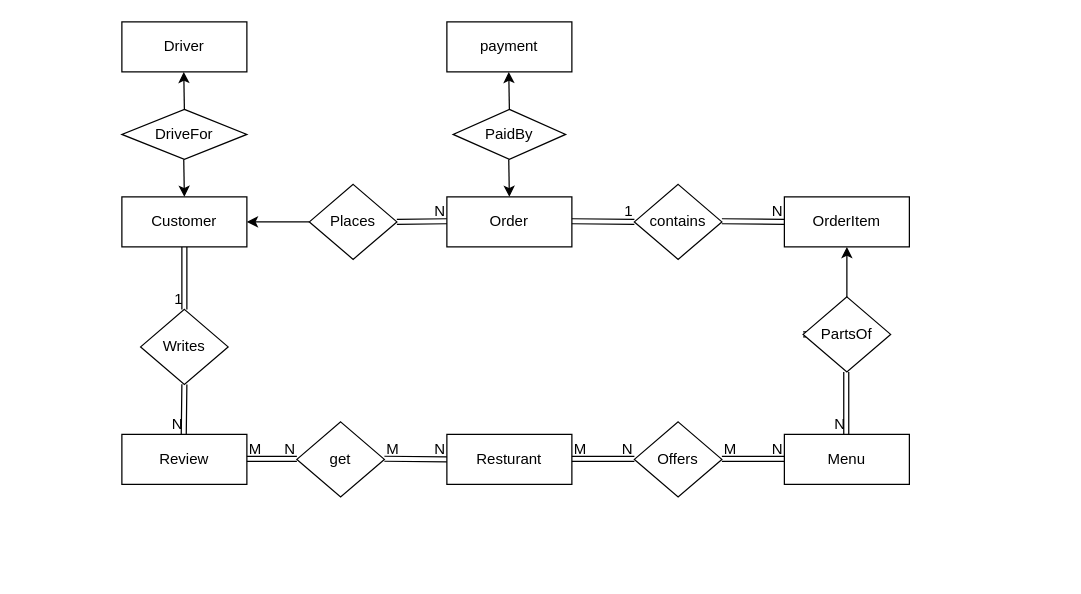
The draw.io diagram Untitled Diagram.drawio in EchoXie1119/new-learner, before the edit. Source tidied: cells renumbered, new cells numbered last; positions are measured from the earlier drawing's top-left corner, leaving out a move shared by most shapes. Both pictures are drawn from the tidied source at 125%, with x=0, y=0 at pixel (121, 21).
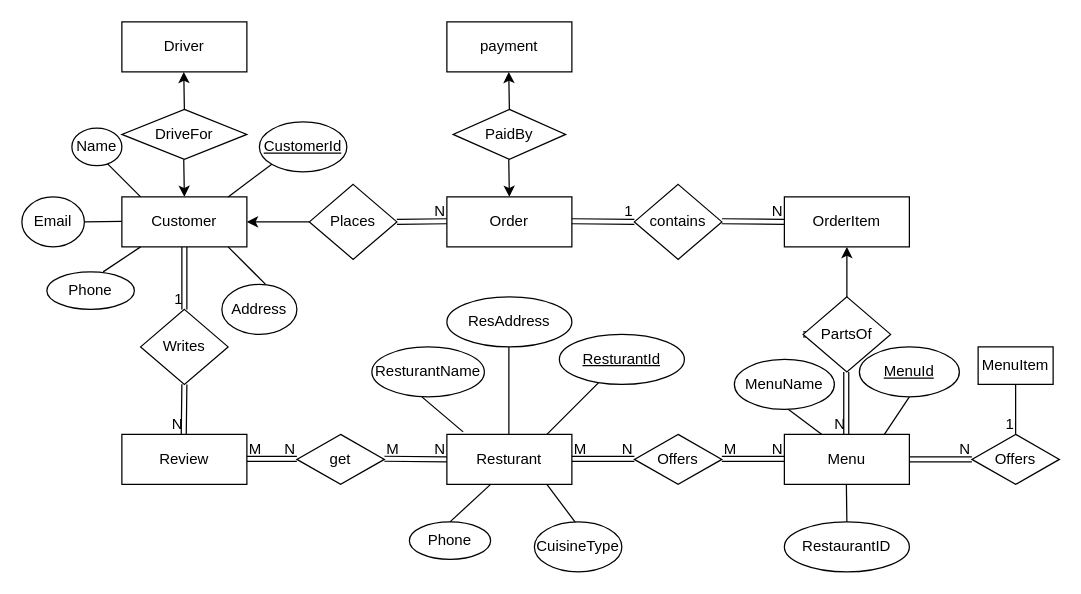
The same diagram, later.

The change refers to these unchanged cells:
```xml
<mxCell id="20" value="Resturant" style="whiteSpace=wrap;html=1;align=center;" parent="1" vertex="1">
  <mxGeometry x="260" y="330" width="100" height="40" as="geometry" />
</mxCell>
```

Diff of the diagram source:
```diff
@@
     <mxCell id="21" value="Offers" style="shape=rhombus;perimeter=rhombusPerimeter;whiteSpace=wrap;html=1;align=center;" parent="1" vertex="1">
-      <mxGeometry x="410" y="320" width="70" height="60" as="geometry" />
+      <mxGeometry x="410" y="330" width="70" height="40" as="geometry" />
     </mxCell>
@@
     <mxCell id="30" value="get" style="shape=rhombus;perimeter=rhombusPerimeter;whiteSpace=wrap;html=1;align=center;" parent="1" vertex="1">
-      <mxGeometry x="140" y="320" width="70" height="60" as="geometry" />
+      <mxGeometry x="140" y="330" width="70" height="40" as="geometry" />
     </mxCell>
@@
+    <mxCell id="49" style="endArrow=none;html=1;rounded=0;" parent="1" edge="1">
+      <mxGeometry relative="1" as="geometry">
+        <mxPoint x="85" y="140" as="sourcePoint" />
+        <mxPoint x="125" y="110" as="targetPoint" />
+      </mxGeometry>
+    </mxCell>
+    <mxCell id="50" value="&lt;u&gt;CustomerId&lt;/u&gt;" style="ellipse;whiteSpace=wrap;html=1;align=center;" parent="1" vertex="1">
+      <mxGeometry x="110" y="80" width="70" height="40" as="geometry" />
+    </mxCell>
+    <mxCell id="51" style="endArrow=none;html=1;rounded=0;" parent="1" edge="1">
+      <mxGeometry relative="1" as="geometry">
+        <mxPoint x="15" y="140" as="sourcePoint" />
+        <mxPoint x="-15" y="110" as="targetPoint" />
+      </mxGeometry>
+    </mxCell>
+    <mxCell id="52" value="Name" style="ellipse;whiteSpace=wrap;html=1;align=center;" parent="1" vertex="1">
+      <mxGeometry x="-40" y="85" width="40" height="30" as="geometry" />
+    </mxCell>
+    <mxCell id="53" style="endArrow=none;html=1;rounded=0;" parent="1" edge="1">
+      <mxGeometry relative="1" as="geometry">
+        <mxPoint x="-15" y="200" as="sourcePoint" />
+        <mxPoint x="15" y="180" as="targetPoint" />
+      </mxGeometry>
+    </mxCell>
+    <mxCell id="54" value="Phone" style="ellipse;whiteSpace=wrap;html=1;align=center;" parent="1" vertex="1">
+      <mxGeometry x="-60" y="200" width="70" height="30" as="geometry" />
+    </mxCell>
+    <mxCell id="55" style="endArrow=none;html=1;rounded=0;" parent="1" edge="1">
+      <mxGeometry relative="1" as="geometry">
+        <mxPoint x="85" y="180" as="sourcePoint" />
+        <mxPoint x="115" y="210" as="targetPoint" />
+      </mxGeometry>
+    </mxCell>
+    <mxCell id="56" value="Address" style="ellipse;whiteSpace=wrap;html=1;align=center;" parent="1" vertex="1">
+      <mxGeometry x="80" y="210" width="60" height="40" as="geometry" />
+    </mxCell>
+    <mxCell id="57" style="endArrow=none;html=1;rounded=0;" parent="1" edge="1" source="59">
+      <mxGeometry relative="1" as="geometry">
+        <mxPoint y="159.6" as="targetPoint" />
+      </mxGeometry>
+    </mxCell>
+    <mxCell id="58" style="endArrow=none;html=1;rounded=0;" parent="1" edge="1" target="59">
+      <mxGeometry relative="1" as="geometry">
+        <mxPoint x="-40" y="159.6" as="sourcePoint" />
+      </mxGeometry>
+    </mxCell>
+    <mxCell id="59" value="Email" style="ellipse;whiteSpace=wrap;html=1;align=center;" parent="1" vertex="1">
+      <mxGeometry x="-80" y="140" width="50" height="40" as="geometry" />
+    </mxCell>
+    <mxCell id="60" style="endArrow=none;html=1;rounded=0;" parent="1" edge="1" target="61">
+      <mxGeometry relative="1" as="geometry">
+        <mxPoint x="340" y="330" as="sourcePoint" />
+      </mxGeometry>
+    </mxCell>
+    <mxCell id="61" value="&lt;u&gt;ResturantId&lt;/u&gt;" style="ellipse;whiteSpace=wrap;html=1;align=center;" parent="1" vertex="1">
+      <mxGeometry x="350" y="250" width="100" height="40" as="geometry" />
+    </mxCell>
+    <mxCell id="62" style="endArrow=none;html=1;rounded=0;exitX=0.13;exitY=-0.05;exitDx=0;exitDy=0;exitPerimeter=0;" parent="1" edge="1" source="20">
+      <mxGeometry relative="1" as="geometry">
+        <mxPoint x="240" y="300" as="targetPoint" />
+      </mxGeometry>
+    </mxCell>
+    <mxCell id="63" value="ResturantName" style="ellipse;whiteSpace=wrap;html=1;align=center;" parent="1" vertex="1">
+      <mxGeometry x="200" y="260" width="90" height="40" as="geometry" />
+    </mxCell>
+    <mxCell id="64" style="endArrow=none;html=1;rounded=0;" parent="1" edge="1">
+      <mxGeometry relative="1" as="geometry">
+        <mxPoint x="309.6" y="330" as="sourcePoint" />
+        <mxPoint x="309.6" y="260" as="targetPoint" />
+      </mxGeometry>
+    </mxCell>
+    <mxCell id="65" value="ResAddress" style="ellipse;whiteSpace=wrap;html=1;align=center;" parent="1" vertex="1">
+      <mxGeometry x="260" y="220" width="100" height="40" as="geometry" />
+    </mxCell>
+    <mxCell id="66" style="endArrow=none;html=1;rounded=0;" parent="1" edge="1" target="67">
+      <mxGeometry relative="1" as="geometry">
+        <mxPoint x="270" y="410" as="sourcePoint" />
+      </mxGeometry>
+    </mxCell>
+    <mxCell id="67" value="Phone" style="ellipse;whiteSpace=wrap;html=1;align=center;" parent="1" vertex="1">
+      <mxGeometry x="230" y="400" width="65" height="30" as="geometry" />
+    </mxCell>
+    <mxCell id="68" style="endArrow=none;html=1;rounded=0;exitX=0.5;exitY=0;exitDx=0;exitDy=0;" parent="1" edge="1" source="67">
+      <mxGeometry relative="1" as="geometry">
+        <mxPoint x="295" y="370" as="targetPoint" />
+      </mxGeometry>
+    </mxCell>
+    <mxCell id="69" style="endArrow=none;html=1;rounded=0;" parent="1" edge="1">
+      <mxGeometry relative="1" as="geometry">
+        <mxPoint x="370" y="410" as="sourcePoint" />
+        <mxPoint x="340" y="370" as="targetPoint" />
+      </mxGeometry>
+    </mxCell>
+    <mxCell id="70" value="CuisineType" style="ellipse;whiteSpace=wrap;html=1;align=center;" parent="1" vertex="1">
+      <mxGeometry x="330" y="400" width="70" height="40" as="geometry" />
+    </mxCell>
+    <mxCell id="71" style="endArrow=none;html=1;rounded=0;" parent="1" edge="1">
+      <mxGeometry relative="1" as="geometry">
+        <mxPoint x="610" y="330" as="sourcePoint" />
+        <mxPoint x="630" y="300" as="targetPoint" />
+      </mxGeometry>
+    </mxCell>
+    <mxCell id="72" value="&lt;u&gt;MenuId&lt;/u&gt;" style="ellipse;whiteSpace=wrap;html=1;align=center;" parent="1" vertex="1">
+      <mxGeometry x="590" y="260" width="80" height="40" as="geometry" />
+    </mxCell>
+    <mxCell id="73" style="endArrow=none;html=1;rounded=0;" parent="1" edge="1">
+      <mxGeometry relative="1" as="geometry">
+        <mxPoint x="560" y="330" as="sourcePoint" />
+        <mxPoint x="520" y="300" as="targetPoint" />
+      </mxGeometry>
+    </mxCell>
+    <mxCell id="74" value="MenuName" style="ellipse;whiteSpace=wrap;html=1;align=center;" parent="1" vertex="1">
+      <mxGeometry x="490" y="270" width="80" height="40" as="geometry" />
+    </mxCell>
+    <mxCell id="75" style="endArrow=none;html=1;rounded=0;" parent="1" edge="1">
+      <mxGeometry relative="1" as="geometry">
+        <mxPoint x="580" y="400" as="sourcePoint" />
+        <mxPoint x="579.6" y="370" as="targetPoint" />
+      </mxGeometry>
+    </mxCell>
+    <mxCell id="76" value="RestaurantID" style="ellipse;whiteSpace=wrap;html=1;align=center;" parent="1" vertex="1">
+      <mxGeometry x="530" y="400" width="100" height="40" as="geometry" />
+    </mxCell>
+    <mxCell id="77" style="edgeStyle=orthogonalEdgeStyle;rounded=0;orthogonalLoop=1;jettySize=auto;html=1;exitX=0.5;exitY=1;exitDx=0;exitDy=0;" parent="1" edge="1">
+      <mxGeometry relative="1" as="geometry">
+        <mxPoint x="695" y="380" as="sourcePoint" />
+        <mxPoint x="695" y="380" as="targetPoint" />
+      </mxGeometry>
+    </mxCell>
+    <mxCell id="78" value="Offers" style="shape=rhombus;perimeter=rhombusPerimeter;whiteSpace=wrap;html=1;align=center;" parent="1" vertex="1">
+      <mxGeometry x="680" y="330" width="70" height="40" as="geometry" />
+    </mxCell>
+    <mxCell id="79" style="shape=link;html=1;rounded=0;" parent="1" edge="1">
+      <mxGeometry relative="1" as="geometry">
+        <mxPoint x="630" y="350" as="sourcePoint" />
+        <mxPoint x="680" y="349.7" as="targetPoint" />
+        <Array as="points">
+          <mxPoint x="680" y="350" />
+        </Array>
+      </mxGeometry>
+    </mxCell>
+    <mxCell id="80" value="N" style="html=1;whiteSpace=wrap;align=right;verticalAlign=bottom;" parent="79" vertex="1">
+      <mxGeometry x="1" relative="1" as="geometry" />
+    </mxCell>
+    <mxCell id="81" style="endArrow=none;html=1;rounded=0;entryX=0.5;entryY=0;entryDx=0;entryDy=0;" parent="1" edge="1" target="78">
+      <mxGeometry relative="1" as="geometry">
+        <mxPoint x="715" y="290" as="sourcePoint" />
+      </mxGeometry>
+    </mxCell>
+    <mxCell id="82" value="1" style="html=1;whiteSpace=wrap;align=right;verticalAlign=bottom;" parent="81" vertex="1">
+      <mxGeometry x="1" relative="1" as="geometry" />
+    </mxCell>
+    <mxCell id="83" value="MenuItem" style="whiteSpace=wrap;html=1;align=center;" parent="1" vertex="1">
+      <mxGeometry x="685" y="260" width="60" height="30" as="geometry" />
+    </mxCell>
```
